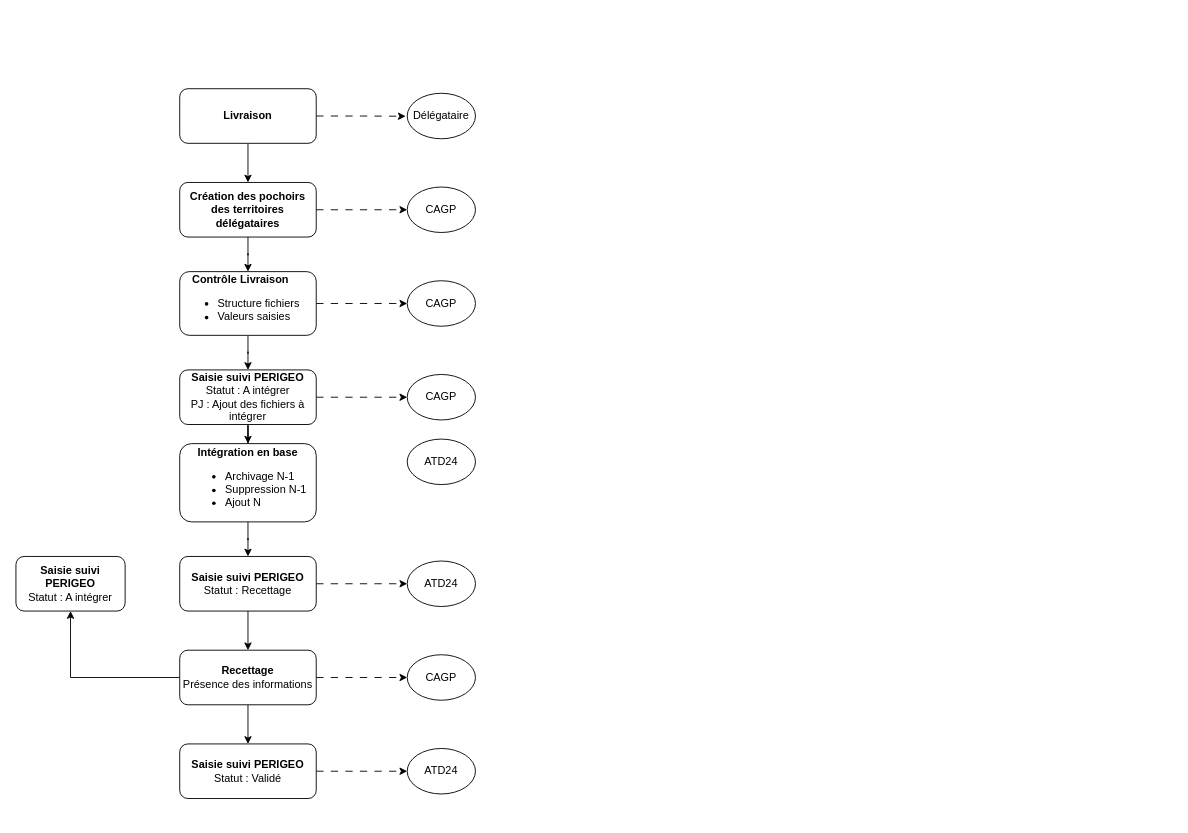
Before: procedure_ass.drawio in eprouteau/perigeo, a draw.io diagram. Source tidied: cells renumbered, new cells numbered last; positions are measured from the earlier drawing's top-left corner, leaving out a move shared by most shapes. Both pictures are drawn from the tidied source at 91%, with x=0, y=0 at pixel (15, 88).
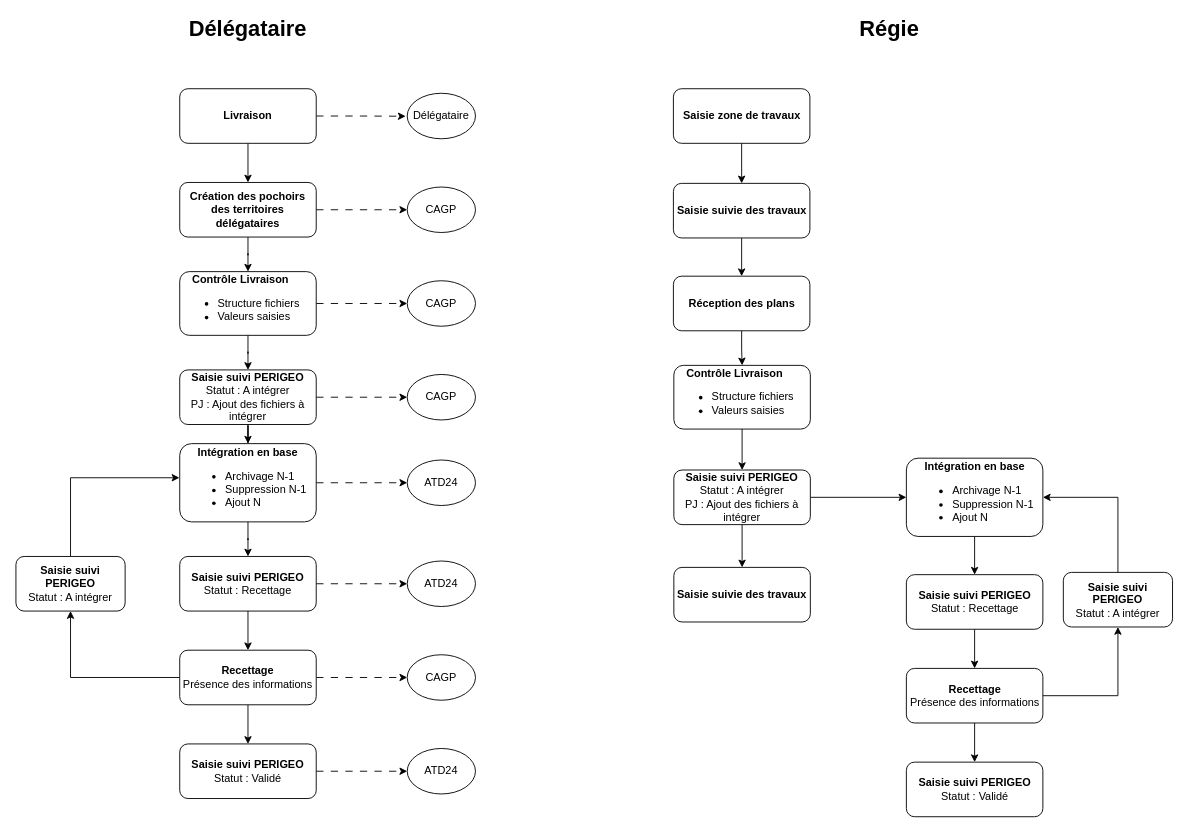
The same page after the edit.

Commit message (it also covers changes not shown here):
Mettre à jour procedure_ass.drawio

The change refers to these unchanged cells:
```xml
<mxCell id="9" value="&lt;b&gt;Intégration en base&lt;/b&gt;&lt;div&gt;&lt;ul&gt;&lt;li style=&quot;text-align: left;&quot;&gt;Archivage N-1&lt;/li&gt;&lt;li style=&quot;text-align: left;&quot;&gt;Suppression N-1&lt;/li&gt;&lt;li style=&quot;text-align: left;&quot;&gt;Ajout N&lt;/li&gt;&lt;/ul&gt;&lt;/div&gt;" style="rounded=1;whiteSpace=wrap;html=1;" parent="1" vertex="1">
  <mxGeometry x="180" y="390" width="150" height="86" as="geometry" />
</mxCell>
<mxCell id="29" value="&lt;b&gt;Saisie suivi PERIGEO&lt;/b&gt;&lt;div&gt;Statut : A intégrer&lt;/div&gt;" style="rounded=1;whiteSpace=wrap;html=1;" parent="1" vertex="1">
  <mxGeometry y="514" width="120" height="60" as="geometry" />
</mxCell>
```

What changed in the source:
```diff
@@
+    <mxCell id="34" style="edgeStyle=orthogonalEdgeStyle;rounded=0;jettySize=auto;html=1;entryX=0;entryY=0.5;entryDx=0;entryDy=0;dashed=1;dashPattern=8 8;" parent="1" edge="1" source="9" target="25">
+      <mxGeometry relative="1" as="geometry" />
+    </mxCell>
@@
     <mxCell id="25" value="ATD24" style="ellipse;whiteSpace=wrap;html=1;" parent="1" vertex="1">
-      <mxGeometry x="430" y="385" width="75" height="50" as="geometry" />
+      <mxGeometry x="430" y="408" width="75" height="50" as="geometry" />
     </mxCell>
@@
+    <mxCell id="35" style="edgeStyle=orthogonalEdgeStyle;rounded=0;jettySize=auto;html=1;entryX=-0.002;entryY=0.436;entryDx=0;entryDy=0;entryPerimeter=0;exitX=0.5;exitY=0;exitDx=0;exitDy=0;" parent="1" edge="1" source="29" target="9">
+      <mxGeometry relative="1" as="geometry" />
+    </mxCell>
+    <mxCell id="36" value="&lt;b&gt;&lt;font style=&quot;font-size: 24px;&quot;&gt;Délégataire&lt;/font&gt;&lt;/b&gt;" style="text;html=1;align=center;verticalAlign=middle;whiteSpace=wrap;rounded=0;" parent="1" vertex="1">
+      <mxGeometry x="175" y="-80" width="160" height="30" as="geometry" />
+    </mxCell>
+    <mxCell id="37" value="&lt;b&gt;&lt;font style=&quot;font-size: 24px;&quot;&gt;Régie&lt;/font&gt;&lt;/b&gt;" style="text;html=1;align=center;verticalAlign=middle;whiteSpace=wrap;rounded=0;" parent="1" vertex="1">
+      <mxGeometry x="880" y="-80" width="160" height="30" as="geometry" />
+    </mxCell>
+    <mxCell id="38" style="edgeStyle=orthogonalEdgeStyle;rounded=0;jettySize=auto;html=1;entryX=0.5;entryY=0;entryDx=0;entryDy=0;" parent="1" edge="1" source="39" target="41">
+      <mxGeometry relative="1" as="geometry" />
+    </mxCell>
+    <mxCell id="39" value="&lt;b&gt;Saisie zone de travaux&lt;/b&gt;" style="rounded=1;whiteSpace=wrap;html=1;" parent="1" vertex="1">
+      <mxGeometry x="722.5" width="150" height="60" as="geometry" />
+    </mxCell>
+    <mxCell id="40" style="edgeStyle=orthogonalEdgeStyle;rounded=0;jettySize=auto;html=1;entryX=0.5;entryY=0;entryDx=0;entryDy=0;" parent="1" edge="1" source="41" target="43">
+      <mxGeometry relative="1" as="geometry" />
+    </mxCell>
+    <mxCell id="41" value="&lt;b&gt;Saisie suivie des travaux&lt;/b&gt;" style="rounded=1;whiteSpace=wrap;html=1;" parent="1" vertex="1">
+      <mxGeometry x="722.5" y="104" width="150" height="60" as="geometry" />
+    </mxCell>
+    <mxCell id="42" style="edgeStyle=orthogonalEdgeStyle;rounded=0;jettySize=auto;html=1;entryX=0.5;entryY=0;entryDx=0;entryDy=0;" parent="1" edge="1" source="43" target="59">
+      <mxGeometry relative="1" as="geometry" />
+    </mxCell>
+    <mxCell id="43" value="&lt;b&gt;Réception des plans&lt;/b&gt;" style="rounded=1;whiteSpace=wrap;html=1;" parent="1" vertex="1">
+      <mxGeometry x="722.5" y="206" width="150" height="60" as="geometry" />
+    </mxCell>
+    <mxCell id="44" style="edgeStyle=orthogonalEdgeStyle;rounded=0;jettySize=auto;html=1;entryX=0;entryY=0.5;entryDx=0;entryDy=0;" parent="1" edge="1" source="46" target="48">
+      <mxGeometry relative="1" as="geometry" />
+    </mxCell>
+    <mxCell id="45" style="edgeStyle=orthogonalEdgeStyle;rounded=0;jettySize=auto;html=1;entryX=0.5;entryY=0;entryDx=0;entryDy=0;" parent="1" edge="1" source="46" target="57">
+      <mxGeometry relative="1" as="geometry" />
+    </mxCell>
+    <mxCell id="46" value="&lt;b&gt;Saisie suivi PERIGEO&lt;/b&gt;&lt;div&gt;Statut : A intégrer&lt;/div&gt;&lt;div&gt;PJ : Ajout des fichiers à intégrer&lt;/div&gt;" style="rounded=1;whiteSpace=wrap;html=1;" parent="1" vertex="1">
+      <mxGeometry x="723" y="419" width="150" height="60" as="geometry" />
+    </mxCell>
+    <mxCell id="47" style="edgeStyle=orthogonalEdgeStyle;rounded=0;jettySize=auto;html=1;entryX=0.5;entryY=0;entryDx=0;entryDy=0;" parent="1" edge="1" source="48" target="50">
+      <mxGeometry relative="1" as="geometry" />
+    </mxCell>
+    <mxCell id="48" value="&lt;b&gt;Intégration en base&lt;/b&gt;&lt;div&gt;&lt;ul&gt;&lt;li style=&quot;text-align: left;&quot;&gt;Archivage N-1&lt;/li&gt;&lt;li style=&quot;text-align: left;&quot;&gt;Suppression N-1&lt;/li&gt;&lt;li style=&quot;text-align: left;&quot;&gt;Ajout N&lt;/li&gt;&lt;/ul&gt;&lt;/div&gt;" style="rounded=1;whiteSpace=wrap;html=1;" parent="1" vertex="1">
+      <mxGeometry x="978.5" y="406" width="150" height="86" as="geometry" />
+    </mxCell>
+    <mxCell id="49" style="edgeStyle=orthogonalEdgeStyle;rounded=0;jettySize=auto;html=1;entryX=0.5;entryY=0;entryDx=0;entryDy=0;" parent="1" edge="1" source="50" target="53">
+      <mxGeometry relative="1" as="geometry" />
+    </mxCell>
+    <mxCell id="50" value="&lt;b&gt;Saisie suivi PERIGEO&lt;/b&gt;&lt;div&gt;Statut : Recettage&lt;/div&gt;" style="rounded=1;whiteSpace=wrap;html=1;" parent="1" vertex="1">
+      <mxGeometry x="978.5" y="534" width="150" height="60" as="geometry" />
+    </mxCell>
+    <mxCell id="51" style="edgeStyle=orthogonalEdgeStyle;rounded=0;jettySize=auto;html=1;entryX=0.5;entryY=0;entryDx=0;entryDy=0;" parent="1" edge="1" source="53" target="54">
+      <mxGeometry relative="1" as="geometry" />
+    </mxCell>
+    <mxCell id="52" style="edgeStyle=orthogonalEdgeStyle;rounded=0;jettySize=auto;html=1;exitX=1;exitY=0.5;exitDx=0;exitDy=0;entryX=0.5;entryY=1;entryDx=0;entryDy=0;" parent="1" edge="1" source="53" target="55">
+      <mxGeometry relative="1" as="geometry" />
+    </mxCell>
+    <mxCell id="53" value="&lt;b&gt;Recettage&lt;/b&gt;&lt;div&gt;Présence des informations&lt;/div&gt;" style="rounded=1;whiteSpace=wrap;html=1;" parent="1" vertex="1">
+      <mxGeometry x="978.5" y="637" width="150" height="60" as="geometry" />
+    </mxCell>
+    <mxCell id="54" value="&lt;b&gt;Saisie suivi PERIGEO&lt;/b&gt;&lt;div&gt;Statut : Validé&lt;/div&gt;" style="rounded=1;whiteSpace=wrap;html=1;" parent="1" vertex="1">
+      <mxGeometry x="978.5" y="740" width="150" height="60" as="geometry" />
+    </mxCell>
+    <mxCell id="55" value="&lt;b&gt;Saisie suivi PERIGEO&lt;/b&gt;&lt;div&gt;Statut : A intégrer&lt;/div&gt;" style="rounded=1;whiteSpace=wrap;html=1;" parent="1" vertex="1">
+      <mxGeometry x="1151" y="531.5" width="120" height="60" as="geometry" />
+    </mxCell>
+    <mxCell id="56" style="edgeStyle=orthogonalEdgeStyle;rounded=0;jettySize=auto;html=1;entryX=1;entryY=0.5;entryDx=0;entryDy=0;exitX=0.5;exitY=0;exitDx=0;exitDy=0;" parent="1" edge="1" source="55" target="48">
+      <mxGeometry relative="1" as="geometry" />
+    </mxCell>
+    <mxCell id="57" value="&lt;b&gt;Saisie suivie des travaux&lt;/b&gt;" style="rounded=1;whiteSpace=wrap;html=1;" parent="1" vertex="1">
+      <mxGeometry x="723" y="526" width="150" height="60" as="geometry" />
+    </mxCell>
+    <mxCell id="58" style="edgeStyle=orthogonalEdgeStyle;rounded=0;jettySize=auto;html=1;exitX=0.5;exitY=1;exitDx=0;exitDy=0;entryX=0.5;entryY=0;entryDx=0;entryDy=0;" parent="1" edge="1" source="59" target="46">
+      <mxGeometry relative="1" as="geometry" />
+    </mxCell>
+    <mxCell id="59" value="&lt;div style=&quot;text-align: center;&quot;&gt;&lt;b style=&quot;background-color: initial;&quot;&gt;Contrôle Livraison&lt;/b&gt;&lt;/div&gt;&lt;div style=&quot;line-height: 120%;&quot;&gt;&lt;ul style=&quot;line-height: 120%;&quot;&gt;&lt;li&gt;&lt;span style=&quot;background-color: initial;&quot;&gt;Structure fichiers&lt;/span&gt;&lt;/li&gt;&lt;li&gt;&lt;span style=&quot;background-color: initial;&quot;&gt;Valeurs saisies&lt;/span&gt;&lt;/li&gt;&lt;/ul&gt;&lt;/div&gt;" style="rounded=1;whiteSpace=wrap;html=1;align=left;" parent="1" vertex="1">
+      <mxGeometry x="723" y="304" width="150" height="70" as="geometry" />
+    </mxCell>
```
